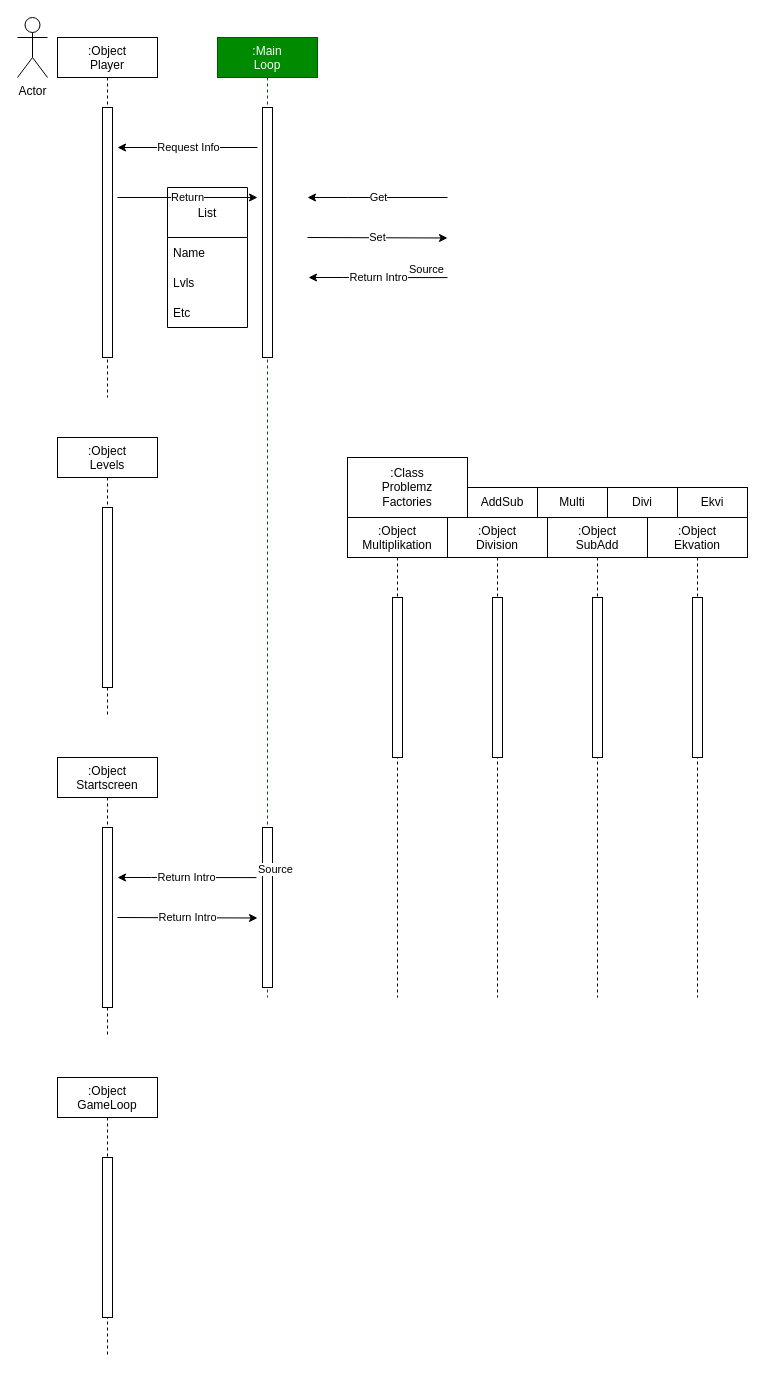
Before: Planning/mattackFlöde.drawio in alexwigforss/matteattackerar, a draw.io diagram. Source tidied: cells renumbered, new cells numbered last; positions are measured from the earlier drawing's top-left corner, leaving out a move shared by most shapes. Both pictures are drawn from the tidied source at 100%, with x=0, y=0 at pixel (17, 17).
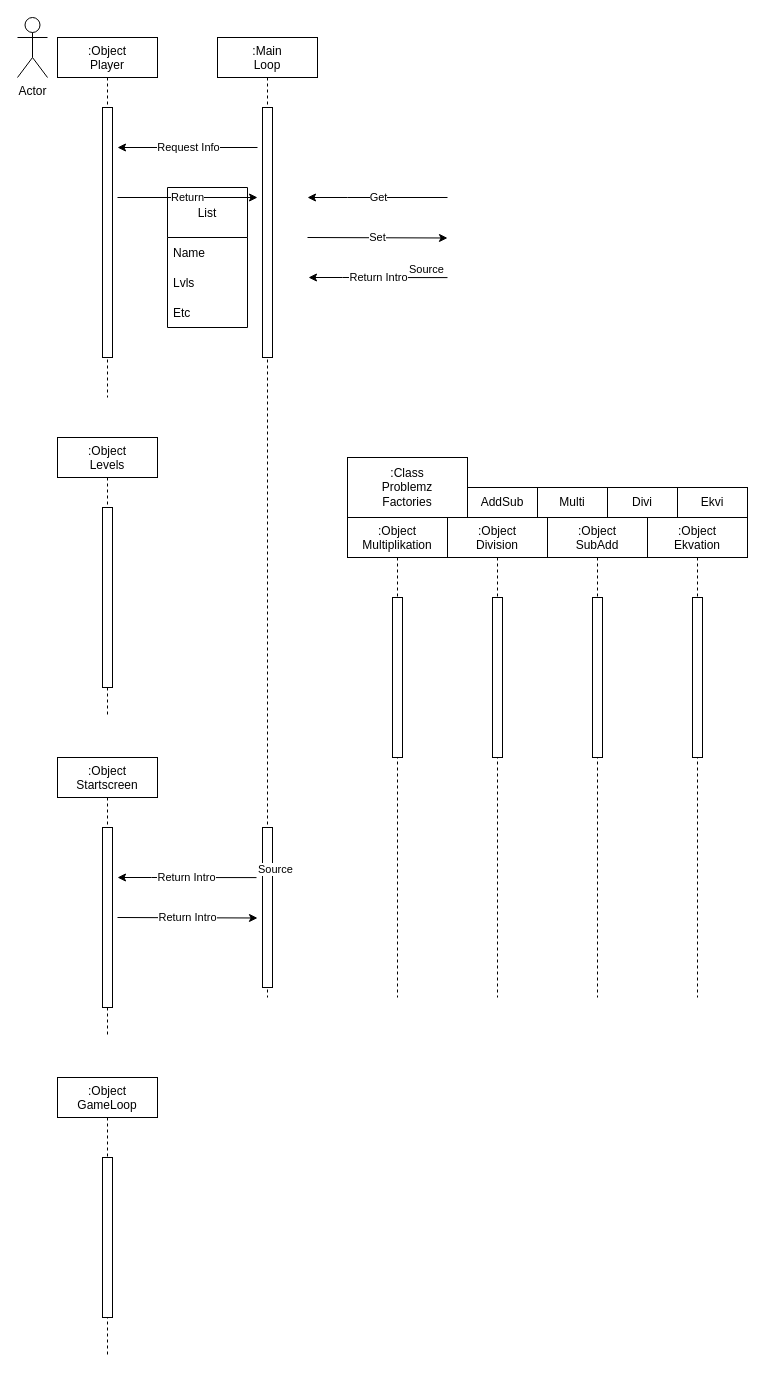
Above is the later version.

Change to the diagram source:
```diff
@@
-    <mxCell id="16" value=":Main&#10;Loop" style="shape=umlLifeline;perimeter=lifelinePerimeter;rounded=0;shadow=0;strokeWidth=1;fillColor=#008a00;fontColor=#ffffff;strokeColor=#005700;" parent="1" vertex="1">
+    <mxCell id="16" value=":Main&#10;Loop" style="shape=umlLifeline;perimeter=lifelinePerimeter;rounded=0;shadow=0;strokeWidth=1;" parent="1" vertex="1">
       <mxGeometry x="200" y="20" width="100" height="960" as="geometry" />
     </mxCell>
```
